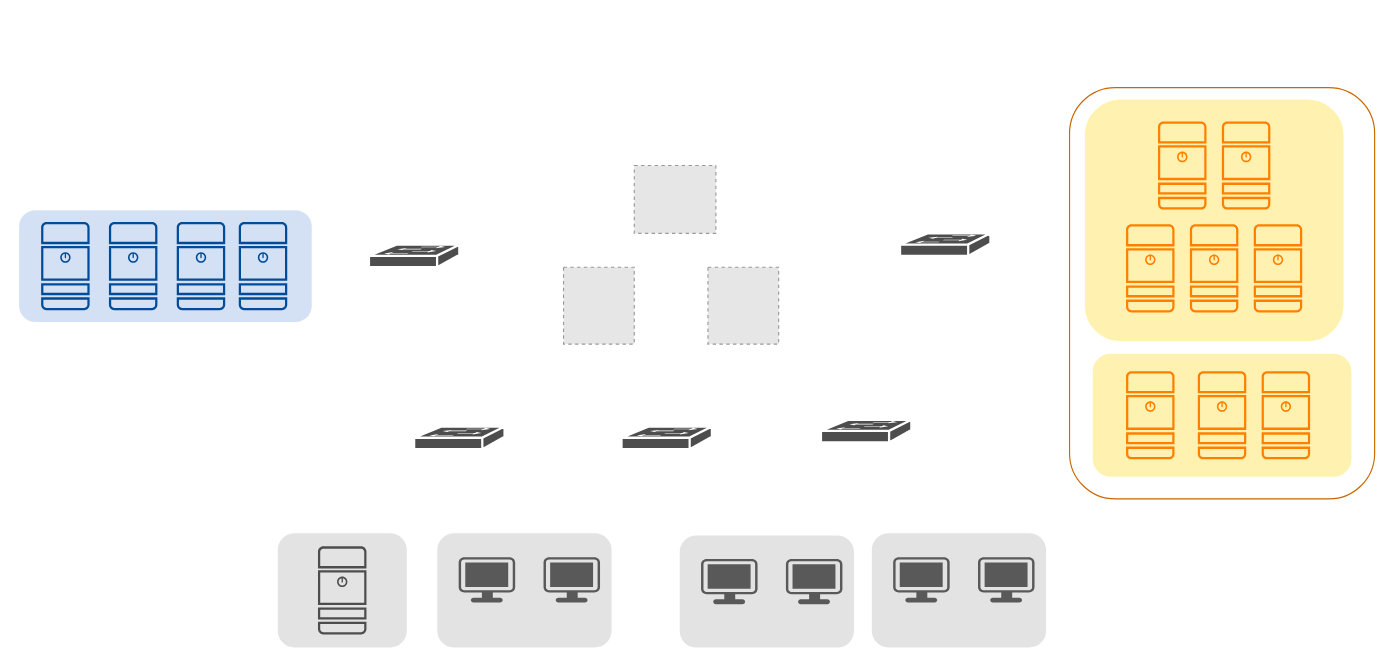
This is 온프레미스.drawio from happywonhee/OnPremise_Buddy, a draw.io file, before an edit. Source tidied: cells renumbered, new cells numbered last; positions are measured from the earlier drawing's top-left corner, leaving out a move shared by most shapes. Both pictures are drawn from the tidied source at 113%, with x=0, y=0 at pixel (18, 87). Pictures stored in the file or linked from it are replaced by grey dashed boxes.
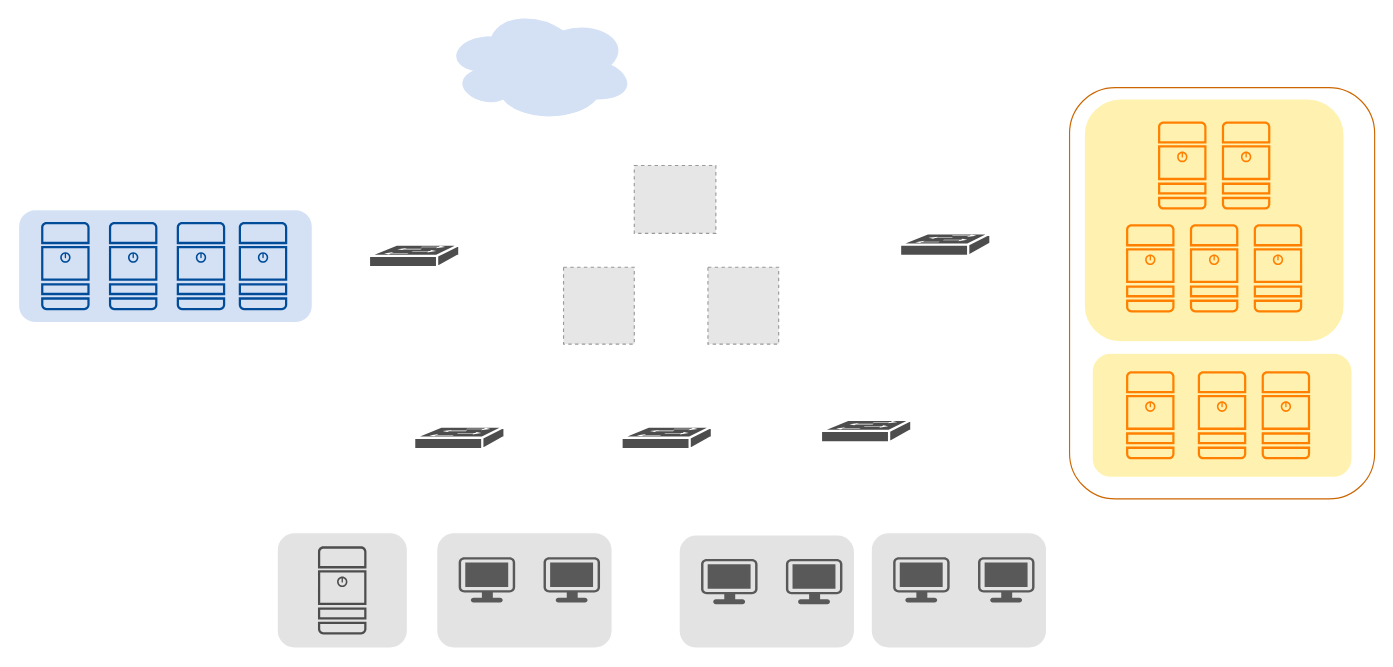
Above is the later version.

Commit message:
온프레미스.drawio

Change to the diagram source:
```diff
@@
+    <mxCell id="40" style="ellipse;shape=cloud;whiteSpace=wrap;html=1;strokeColor=#D4E1F5;fillColor=#D4E1F5;" parent="1" vertex="1">
+      <mxGeometry x="376.9" y="-70" width="167.8" height="100" as="geometry" />
+    </mxCell>
```
